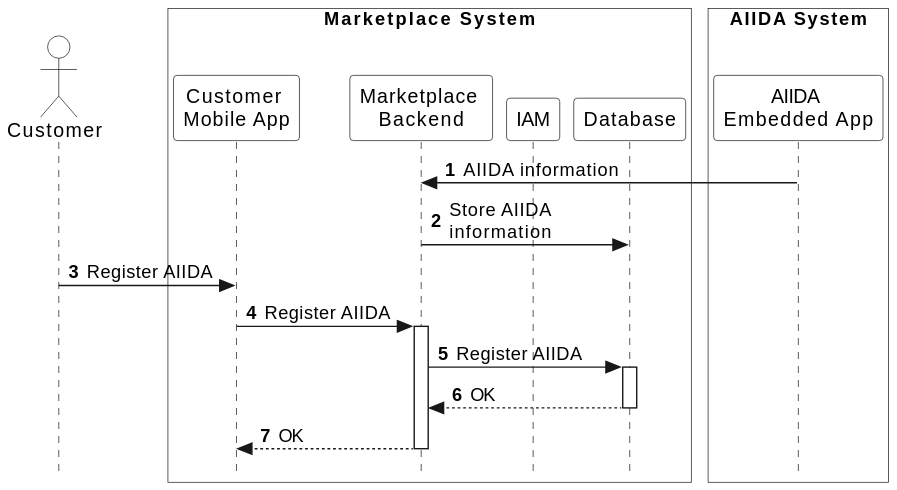
Earlier version of the PlantUML export arc42/marketplace/runtime-view/figures/marketplace-register-aiida.svg (eddie-energy/architecture).
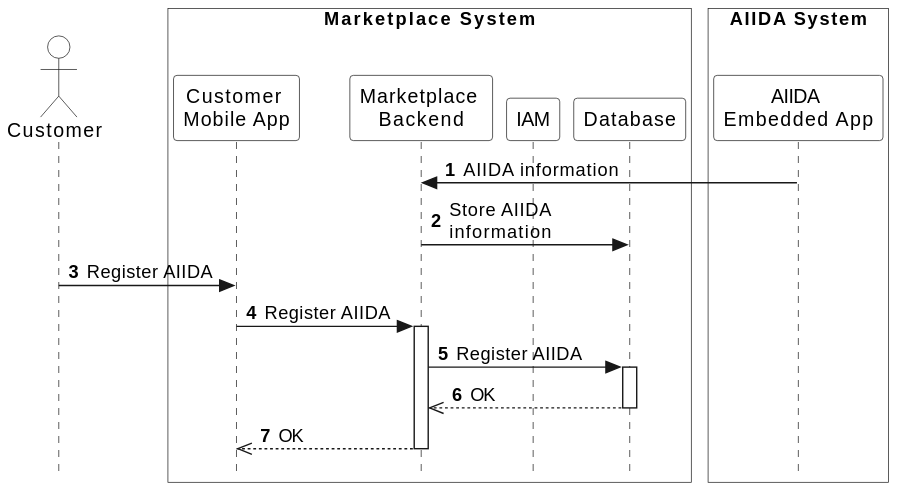
After the change.

Commit message:
update the sequence diagram notation in the marketplace

What changed in the source:
```diff
@@ -27,8 +27,8 @@
 activate marketplace
 marketplace -> database : Register AIIDA
 activate database
-database --> marketplace : OK
+database -->> marketplace : OK
 deactivate database
-marketplace --> app : OK
+marketplace -->> app : OK
 deactivate marketplace
 @enduml
```
